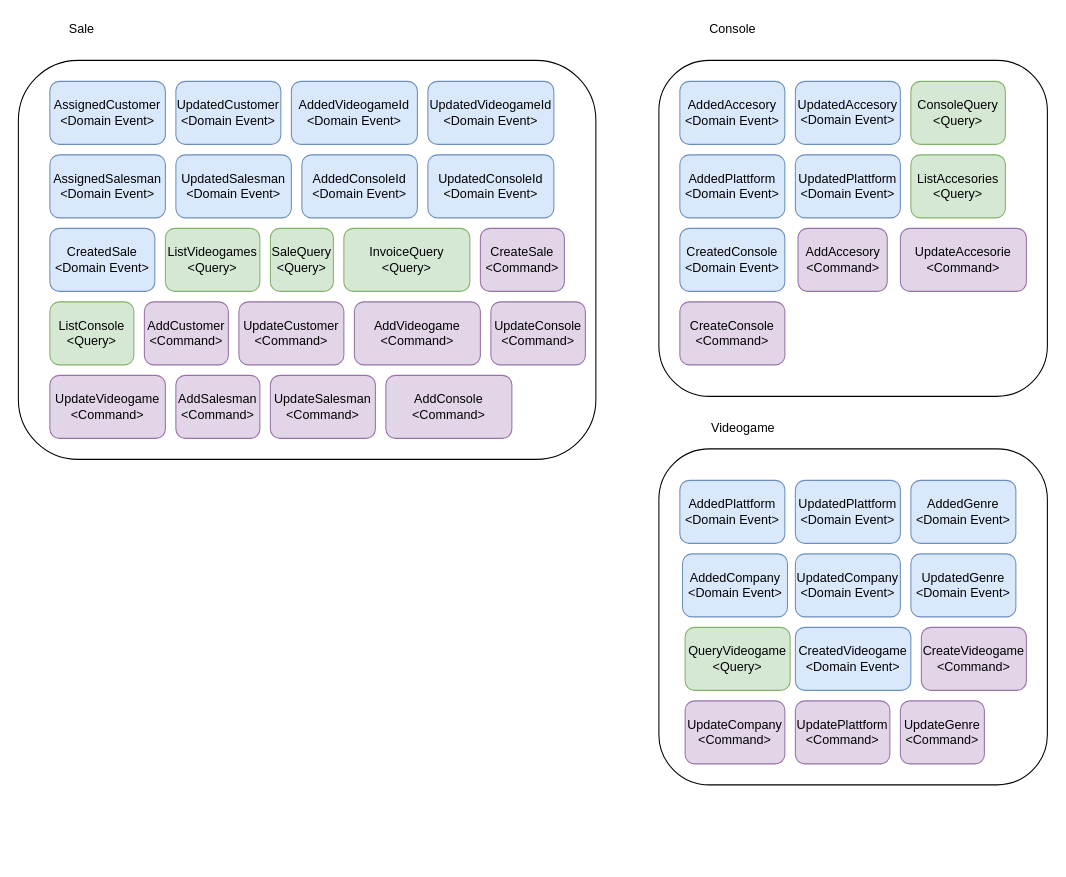
Earlier version of the draw.io diagram page "DomainEvents" (4 of 4) of Model Design/fase3.drawio (maxdarkx/DomainModel). Source tidied: cells renumbered, new cells numbered last; positions are measured from the earlier drawing's top-left corner, leaving out a move shared by most shapes. Both pictures are drawn from the tidied source at 105%, with x=0, y=0 at pixel (18, 18).
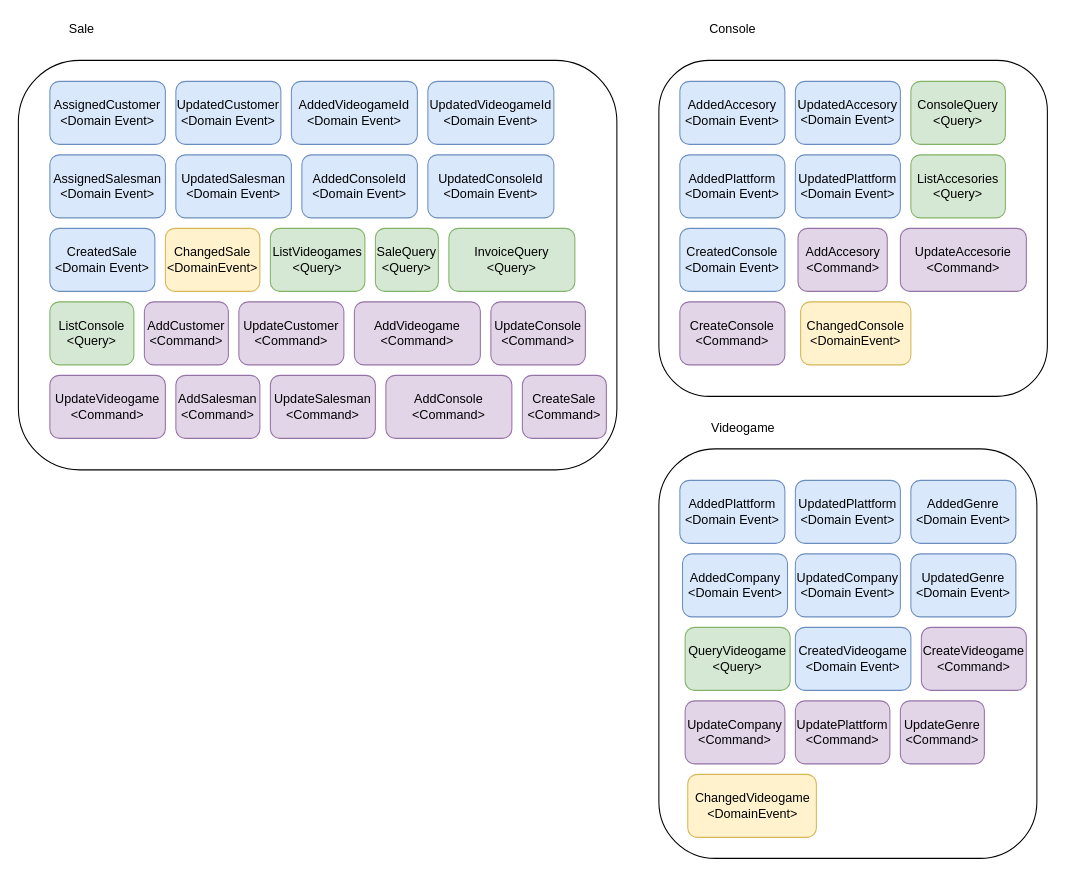
Above is the later version.

The edit, as a diff of the source:
```diff
@@
     <mxCell id="2" style="rounded=1;whiteSpace=wrap;html=1;" parent="1" vertex="1">
-      <mxGeometry x="610" y="410" width="370" height="320" as="geometry" />
+      <mxGeometry x="610" y="410" width="360" height="390" as="geometry" />
     </mxCell>
@@
     <mxCell id="4" style="rounded=1;whiteSpace=wrap;html=1;" parent="1" vertex="1">
-      <mxGeometry y="40" width="550" height="380" as="geometry" />
+      <mxGeometry y="40" width="570" height="390" as="geometry" />
     </mxCell>
@@
     <mxCell id="33" value="ListVideogames&lt;br&gt;&amp;lt;Query&amp;gt;" style="rounded=1;whiteSpace=wrap;html=1;fillColor=#d5e8d4;strokeColor=#82b366;" parent="1" vertex="1">
-      <mxGeometry x="140" y="200" width="90" height="60" as="geometry" />
+      <mxGeometry x="240" y="200" width="90" height="60" as="geometry" />
     </mxCell>
     <mxCell id="34" value="SaleQuery&lt;br&gt;&amp;lt;Query&amp;gt;" style="rounded=1;whiteSpace=wrap;html=1;fillColor=#d5e8d4;strokeColor=#82b366;" parent="1" vertex="1">
-      <mxGeometry x="240" y="200" width="60" height="60" as="geometry" />
+      <mxGeometry x="340" y="200" width="60" height="60" as="geometry" />
     </mxCell>
@@
     <mxCell id="43" value="InvoiceQuery&lt;br&gt;&amp;lt;Query&amp;gt;" style="rounded=1;whiteSpace=wrap;html=1;fillColor=#d5e8d4;strokeColor=#82b366;" parent="1" vertex="1">
-      <mxGeometry x="310" y="200" width="120" height="60" as="geometry" />
+      <mxGeometry x="410" y="200" width="120" height="60" as="geometry" />
     </mxCell>
@@
     <mxCell id="47" value="CreateSale&lt;br&gt;&amp;lt;Command&amp;gt;" style="rounded=1;whiteSpace=wrap;html=1;fillColor=#e1d5e7;strokeColor=#9673a6;" parent="1" vertex="1">
-      <mxGeometry x="440" y="200" width="80" height="60" as="geometry" />
+      <mxGeometry x="480" y="340" width="80" height="60" as="geometry" />
     </mxCell>
@@
+    <mxCell id="52" value="ChangedSale&lt;br&gt;&amp;lt;DomainEvent&amp;gt;" style="rounded=1;whiteSpace=wrap;html=1;fillColor=#fff2cc;strokeColor=#d6b656;" parent="1" vertex="1">
+      <mxGeometry x="140" y="200" width="90" height="60" as="geometry" />
+    </mxCell>
+    <mxCell id="53" value="ChangedConsole&lt;br&gt;&amp;lt;DomainEvent&amp;gt;" style="rounded=1;whiteSpace=wrap;html=1;fillColor=#fff2cc;strokeColor=#d6b656;" parent="1" vertex="1">
+      <mxGeometry x="745" y="270" width="105" height="60" as="geometry" />
+    </mxCell>
+    <mxCell id="54" value="ChangedVideogame&lt;br&gt;&amp;lt;DomainEvent&amp;gt;" style="rounded=1;whiteSpace=wrap;html=1;fillColor=#fff2cc;strokeColor=#d6b656;" parent="1" vertex="1">
+      <mxGeometry x="637.5" y="720" width="122.5" height="60" as="geometry" />
+    </mxCell>
```
